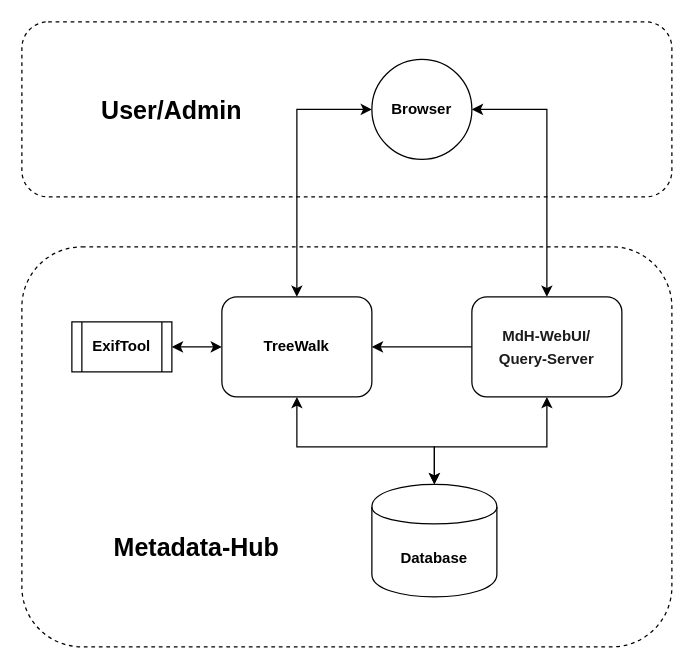
amos-project2/metadata-hub keeps this draw.io diagram as documentation/images/architecture.drawio. Above is the earlier version. Source tidied: cells renumbered, new cells numbered last; positions are measured from the earlier drawing's top-left corner, leaving out a move shared by most shapes. Both pictures are drawn from the tidied source at 125%, with x=0, y=0 at pixel (21, 21).
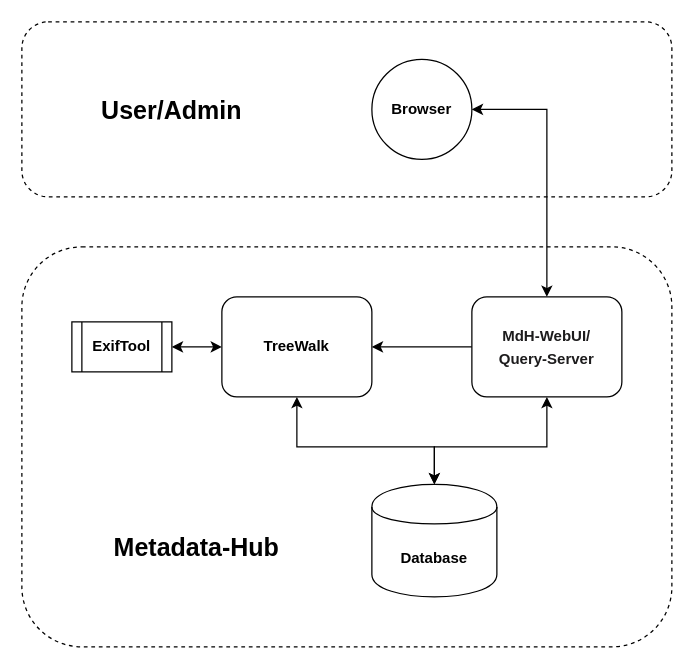
The same diagram, later.

The change refers to these unchanged cells:
```xml
<mxCell id="6" value="&lt;b&gt;TreeWalk&lt;/b&gt;" style="rounded=1;whiteSpace=wrap;html=1;" parent="1" vertex="1">
  <mxGeometry x="160" y="220" width="120" height="80" as="geometry" />
</mxCell>
<mxCell id="14" value="&lt;b&gt;Browser&lt;/b&gt;" style="ellipse;whiteSpace=wrap;html=1;" parent="1" vertex="1">
  <mxGeometry x="280" y="30" width="80" height="80" as="geometry" />
</mxCell>
```

What changed in the source:
```diff
@@
-    <mxCell id="12" style="edgeStyle=orthogonalEdgeStyle;rounded=0;jettySize=auto;html=1;exitX=0;exitY=0.5;exitDx=0;exitDy=0;entryX=0.5;entryY=0;entryDx=0;entryDy=0;startArrow=classic;startFill=1;" parent="1" edge="1" source="14" target="6">
-      <mxGeometry relative="1" as="geometry" />
-    </mxCell>
```
